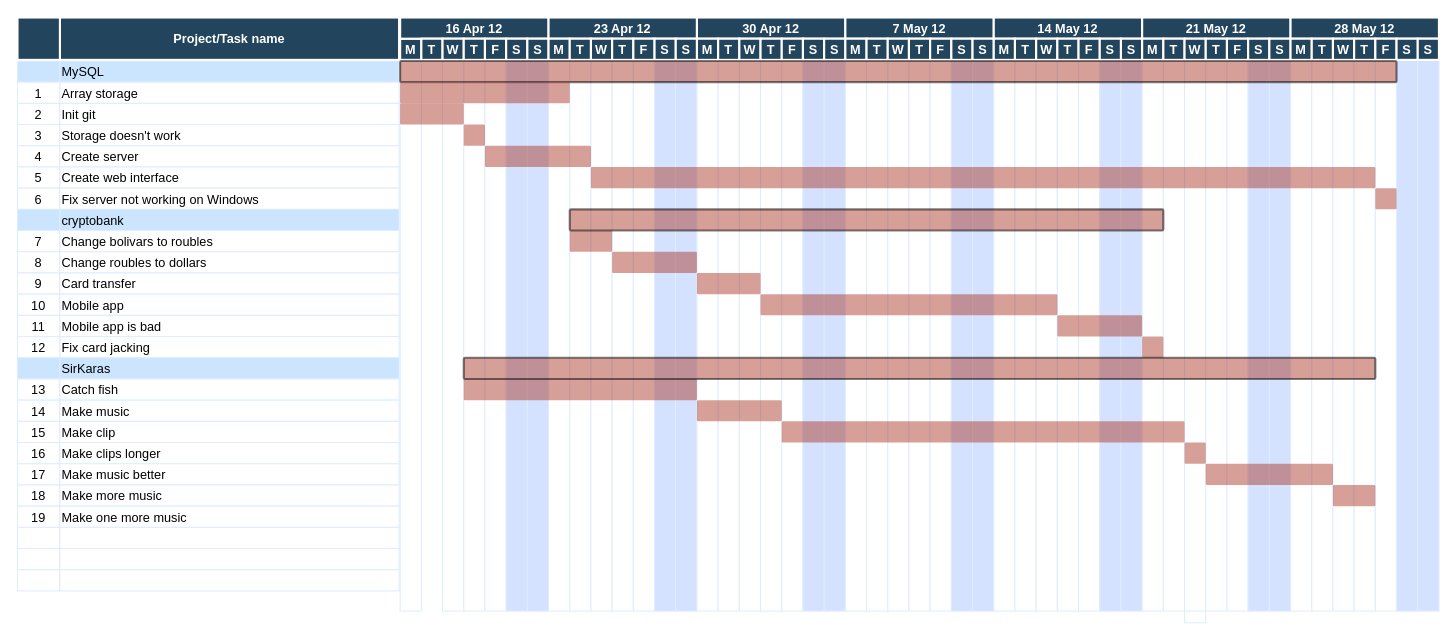
This is Untitled Diagram.drawio from rprtr258/rprtr258.github.io, a draw.io file, before an edit. Source tidied: cells renumbered, new cells numbered last; positions are measured from the earlier drawing's top-left corner, leaving out a move shared by most shapes. Both pictures are drawn from the tidied source at 106%, with x=0, y=0 at pixel (17, 17).
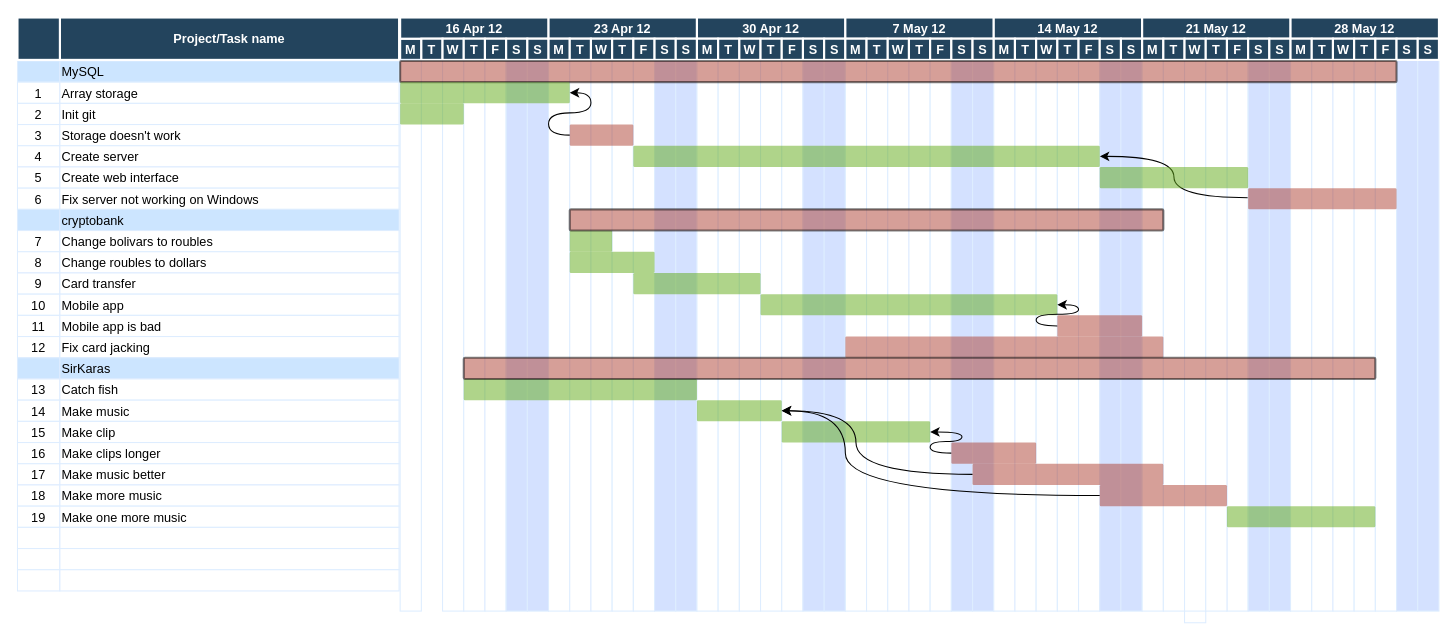
The same page after the edit.

Unchanged cells that the change refers to:
```xml
<mxCell id="170" style="shape=mxgraph.flowchart.process;fillColor=#AE4132;strokeColor=none;strokeWidth=2;opacity=50;" parent="1" vertex="1">
  <mxGeometry x="981" y="281" width="80" height="20" as="geometry" />
</mxCell>
```

Diff of the diagram source:
```diff
@@
+    <mxCell id="92" style="strokeColor=#DEEDFF;" parent="1" vertex="1">
+      <mxGeometry x="1141" y="40" width="20" height="520" as="geometry" />
+    </mxCell>
@@
-    <mxCell id="92" style="strokeColor=#DEEDFF;" parent="1" vertex="1">
-      <mxGeometry x="1141" y="40" width="20" height="520" as="geometry" />
-    </mxCell>
+    <mxCell id="180" style="edgeStyle=orthogonalEdgeStyle;curved=1;jettySize=auto;html=1;exitX=1;exitY=0.25;exitDx=0;exitDy=0;entryX=1;entryY=0.5;entryDx=0;entryDy=0;entryPerimeter=0;" parent="1" edge="1" source="92" target="164">
+      <mxGeometry relative="1" as="geometry">
+        <Array as="points">
+          <mxPoint x="1091" y="170" />
+          <mxPoint x="1091" y="131" />
+        </Array>
+      </mxGeometry>
+    </mxCell>
@@
-    <mxCell id="160" style="shape=mxgraph.flowchart.process;fillColor=#AE4132;strokeColor=none;strokeWidth=2;opacity=50;" parent="1" vertex="1">
+    <mxCell id="160" style="shape=mxgraph.flowchart.process;fillColor=#60a917;strokeColor=none;strokeWidth=2;opacity=50;fontColor=#ffffff;" parent="1" vertex="1">
       <mxGeometry x="361" y="81" width="60" height="20" as="geometry" />
     </mxCell>
+    <mxCell id="181" style="edgeStyle=orthogonalEdgeStyle;jettySize=auto;html=1;exitX=0;exitY=0.5;exitDx=0;exitDy=0;exitPerimeter=0;entryX=1;entryY=0.5;entryDx=0;entryDy=0;entryPerimeter=0;curved=1;" parent="1" edge="1" source="161" target="179">
+      <mxGeometry relative="1" as="geometry">
+        <Array as="points">
+          <mxPoint x="501" y="111" />
+          <mxPoint x="501" y="90" />
+          <mxPoint x="541" y="90" />
+          <mxPoint x="541" y="71" />
+        </Array>
+      </mxGeometry>
+    </mxCell>
     <mxCell id="161" style="shape=mxgraph.flowchart.process;fillColor=#AE4132;strokeColor=none;strokeWidth=2;opacity=50;" parent="1" vertex="1">
-      <mxGeometry x="421" y="101" width="20" height="20" as="geometry" />
+      <mxGeometry x="521" y="101" width="60" height="20" as="geometry" />
     </mxCell>
-    <mxCell id="162" style="shape=mxgraph.flowchart.process;fillColor=#AE4132;strokeColor=none;strokeWidth=2;opacity=50;" parent="1" vertex="1">
-      <mxGeometry x="541" y="141" width="740" height="20" as="geometry" />
+    <mxCell id="162" style="shape=mxgraph.flowchart.process;fillColor=#60a917;strokeColor=none;strokeWidth=2;opacity=50;fontColor=#ffffff;" parent="1" vertex="1">
+      <mxGeometry x="1021" y="141" width="140" height="20" as="geometry" />
     </mxCell>
     <mxCell id="163" style="shape=mxgraph.flowchart.process;fillColor=#AE4132;strokeColor=none;strokeWidth=2;opacity=50;" parent="1" vertex="1">
-      <mxGeometry x="1281" y="161" width="20" height="20" as="geometry" />
+      <mxGeometry x="1161" y="161" width="140" height="20" as="geometry" />
     </mxCell>
-    <mxCell id="164" style="shape=mxgraph.flowchart.process;fillColor=#AE4132;strokeColor=none;strokeWidth=2;opacity=50;" parent="1" vertex="1">
-      <mxGeometry x="441" y="121" width="100" height="20" as="geometry" />
+    <mxCell id="164" style="shape=mxgraph.flowchart.process;fillColor=#60a917;strokeColor=none;strokeWidth=2;opacity=50;fontColor=#ffffff;" parent="1" vertex="1">
+      <mxGeometry x="581" y="121" width="440" height="20" as="geometry" />
     </mxCell>
-    <mxCell id="165" style="shape=mxgraph.flowchart.process;fillColor=#AE4132;strokeColor=none;strokeWidth=2;opacity=50;" parent="1" vertex="1">
+    <mxCell id="165" style="shape=mxgraph.flowchart.process;fillColor=#60a917;strokeColor=none;strokeWidth=2;opacity=50;fontColor=#ffffff;" parent="1" vertex="1">
       <mxGeometry x="521" y="201" width="40" height="20" as="geometry" />
     </mxCell>
@@
-    <mxCell id="167" style="shape=mxgraph.flowchart.process;fillColor=#AE4132;strokeColor=none;strokeWidth=2;opacity=50;" parent="1" vertex="1">
-      <mxGeometry x="561" y="221" width="80" height="20" as="geometry" />
+    <mxCell id="167" style="shape=mxgraph.flowchart.process;fillColor=#60a917;strokeColor=none;strokeWidth=2;opacity=50;fontColor=#ffffff;" parent="1" vertex="1">
+      <mxGeometry x="521" y="221" width="80" height="20" as="geometry" />
     </mxCell>
-    <mxCell id="168" style="shape=mxgraph.flowchart.process;fillColor=#AE4132;strokeColor=none;strokeWidth=2;opacity=50;" parent="1" vertex="1">
-      <mxGeometry x="641" y="241" width="60" height="20" as="geometry" />
+    <mxCell id="168" style="shape=mxgraph.flowchart.process;fillColor=#60a917;strokeColor=none;strokeWidth=2;opacity=50;fontColor=#ffffff;" parent="1" vertex="1">
+      <mxGeometry x="581" y="241" width="120" height="20" as="geometry" />
     </mxCell>
-    <mxCell id="169" style="shape=mxgraph.flowchart.process;fillColor=#AE4132;strokeColor=none;strokeWidth=2;opacity=50;" parent="1" vertex="1">
+    <mxCell id="169" style="shape=mxgraph.flowchart.process;fillColor=#60a917;strokeColor=none;strokeWidth=2;opacity=50;fontColor=#ffffff;" parent="1" vertex="1">
       <mxGeometry x="701" y="261" width="280" height="20" as="geometry" />
     </mxCell>
+    <mxCell id="182" style="edgeStyle=orthogonalEdgeStyle;curved=1;jettySize=auto;html=1;exitX=0;exitY=0.5;exitDx=0;exitDy=0;exitPerimeter=0;entryX=1;entryY=0.5;entryDx=0;entryDy=0;entryPerimeter=0;" parent="1" edge="1" source="170" target="169">
+      <mxGeometry relative="1" as="geometry">
+        <Array as="points">
+          <mxPoint x="961" y="291" />
+          <mxPoint x="961" y="280" />
+          <mxPoint x="1001" y="280" />
+          <mxPoint x="1001" y="271" />
+        </Array>
+      </mxGeometry>
+    </mxCell>
@@
     <mxCell id="171" style="shape=mxgraph.flowchart.process;fillColor=#AE4132;strokeColor=none;strokeWidth=2;opacity=50;" parent="1" vertex="1">
-      <mxGeometry x="1061" y="301" width="20" height="20" as="geometry" />
+      <mxGeometry x="781" y="301" width="300" height="20" as="geometry" />
     </mxCell>
-    <mxCell id="172" style="shape=mxgraph.flowchart.process;fillColor=#AE4132;strokeColor=none;strokeWidth=2;opacity=50;" parent="1" vertex="1">
+    <mxCell id="172" style="shape=mxgraph.flowchart.process;fillColor=#60a917;strokeColor=none;strokeWidth=2;opacity=50;fontColor=#ffffff;" parent="1" vertex="1">
       <mxGeometry x="421" y="341" width="220" height="20" as="geometry" />
     </mxCell>
-    <mxCell id="173" style="shape=mxgraph.flowchart.process;fillColor=#AE4132;strokeColor=none;strokeWidth=2;opacity=50;" parent="1" vertex="1">
+    <mxCell id="173" style="shape=mxgraph.flowchart.process;fillColor=#60a917;strokeColor=none;strokeWidth=2;opacity=50;fontColor=#ffffff;" parent="1" vertex="1">
       <mxGeometry x="641" y="361" width="80" height="20" as="geometry" />
     </mxCell>
-    <mxCell id="174" style="shape=mxgraph.flowchart.process;fillColor=#AE4132;strokeColor=none;strokeWidth=2;opacity=50;" parent="1" vertex="1">
-      <mxGeometry x="721" y="381" width="380" height="20" as="geometry" />
+    <mxCell id="174" style="shape=mxgraph.flowchart.process;fillColor=#60a917;strokeColor=none;strokeWidth=2;opacity=50;fontColor=#ffffff;" parent="1" vertex="1">
+      <mxGeometry x="721" y="381" width="140" height="20" as="geometry" />
     </mxCell>
+    <mxCell id="183" style="edgeStyle=orthogonalEdgeStyle;curved=1;jettySize=auto;html=1;exitX=0;exitY=0.5;exitDx=0;exitDy=0;exitPerimeter=0;entryX=1;entryY=0.5;entryDx=0;entryDy=0;entryPerimeter=0;" parent="1" edge="1" source="175" target="174">
+      <mxGeometry relative="1" as="geometry">
+        <Array as="points">
+          <mxPoint x="861" y="411" />
+          <mxPoint x="861" y="400" />
+          <mxPoint x="891" y="400" />
+          <mxPoint x="891" y="391" />
+        </Array>
+      </mxGeometry>
+    </mxCell>
     <mxCell id="175" style="shape=mxgraph.flowchart.process;fillColor=#AE4132;strokeColor=none;strokeWidth=2;opacity=50;" parent="1" vertex="1">
-      <mxGeometry x="1101" y="401" width="20" height="20" as="geometry" />
+      <mxGeometry x="881" y="401" width="80" height="20" as="geometry" />
     </mxCell>
+    <mxCell id="184" style="edgeStyle=orthogonalEdgeStyle;curved=1;jettySize=auto;html=1;exitX=0;exitY=0.5;exitDx=0;exitDy=0;exitPerimeter=0;entryX=1;entryY=0.5;entryDx=0;entryDy=0;entryPerimeter=0;" parent="1" edge="1" source="176" target="173">
+      <mxGeometry relative="1" as="geometry">
+        <Array as="points">
+          <mxPoint x="791" y="431" />
+          <mxPoint x="791" y="371" />
+        </Array>
+      </mxGeometry>
+    </mxCell>
     <mxCell id="176" style="shape=mxgraph.flowchart.process;fillColor=#AE4132;strokeColor=none;strokeWidth=2;opacity=50;" parent="1" vertex="1">
-      <mxGeometry x="1121" y="421" width="120" height="20" as="geometry" />
+      <mxGeometry x="901" y="421" width="180" height="20" as="geometry" />
     </mxCell>
+    <mxCell id="185" style="edgeStyle=orthogonalEdgeStyle;curved=1;jettySize=auto;html=1;exitX=0;exitY=0.5;exitDx=0;exitDy=0;exitPerimeter=0;entryX=1;entryY=0.5;entryDx=0;entryDy=0;entryPerimeter=0;" parent="1" edge="1" source="177" target="173">
+      <mxGeometry relative="1" as="geometry">
+        <Array as="points">
+          <mxPoint x="781" y="451" />
+          <mxPoint x="781" y="371" />
+        </Array>
+      </mxGeometry>
+    </mxCell>
     <mxCell id="177" style="shape=mxgraph.flowchart.process;fillColor=#AE4132;strokeColor=none;strokeWidth=2;opacity=50;" parent="1" vertex="1">
-      <mxGeometry x="1241" y="441" width="40" height="20" as="geometry" />
+      <mxGeometry x="1021" y="441" width="120" height="20" as="geometry" />
     </mxCell>
@@
-    <mxCell id="179" style="shape=mxgraph.flowchart.process;fillColor=#AE4132;strokeColor=none;strokeWidth=2;opacity=50;" parent="1" vertex="1">
+    <mxCell id="179" style="shape=mxgraph.flowchart.process;fillColor=#60a917;strokeColor=none;strokeWidth=2;opacity=50;fontColor=#ffffff;" parent="1" vertex="1">
       <mxGeometry x="361" y="61" width="160" height="20" as="geometry" />
     </mxCell>
+    <mxCell id="186" style="shape=mxgraph.flowchart.process;fillColor=#60a917;strokeColor=none;strokeWidth=2;opacity=50;fontColor=#ffffff;" parent="1" vertex="1">
+      <mxGeometry x="1141" y="461" width="140" height="20" as="geometry" />
+    </mxCell>
```
